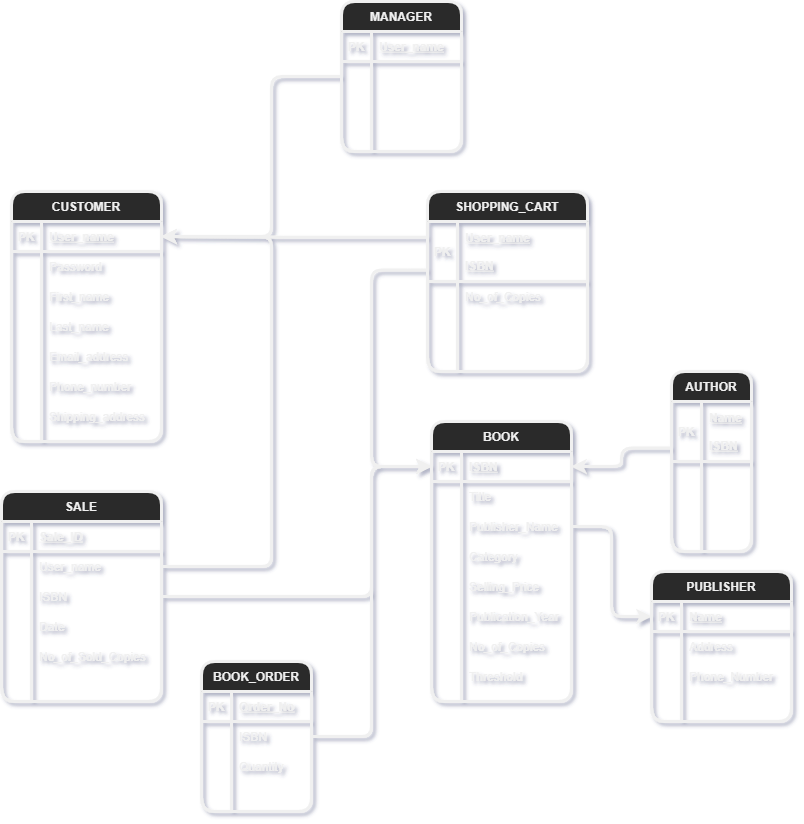
Earlier version of the draw.io export Schema Diagram.png (MarwanAshrafGouda/BookOrderProcessingSystem). Source tidied: cells renumbered, new cells last; positions are measured from the earlier drawing's top-left corner, leaving out a move shared by most shapes.
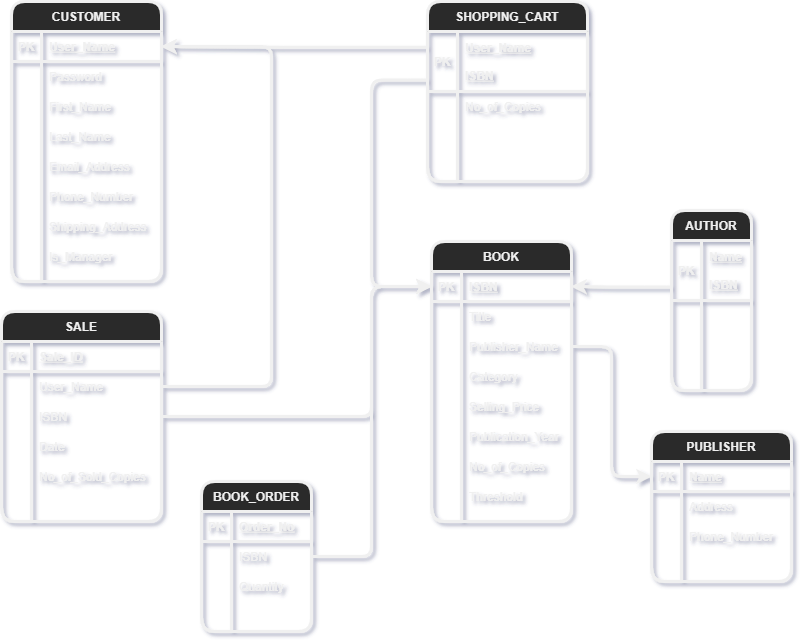
After the commit.

What changed in the source:
```diff
@@ -116,47 +116,8 @@
     <mxCell id="39" style="shape=partialRectangle;fillColor=none;top=0;left=0;bottom=0;right=0;align=left;spacingLeft=6;overflow=hidden;rounded=1;strokeWidth=3;" parent="37" vertex="1">
       <mxGeometry x="30" width="80" height="30" as="geometry" />
     </mxCell>
-    <mxCell id="40" value="MANAGER" style="shape=table;startSize=30;rowLines=0;fontStyle=1;align=center;rounded=1;strokeWidth=3;" parent="1" vertex="1">
-      <mxGeometry x="340" width="120" height="150" as="geometry" />
-    </mxCell>
-    <mxCell id="41" style="shape=partialRectangle;fillColor=none;top=0;left=0;bottom=1;right=0;rounded=1;strokeWidth=3;" parent="40" vertex="1">
-      <mxGeometry y="30" width="120" height="30" as="geometry" />
-    </mxCell>
-    <mxCell id="42" value="PK" style="shape=partialRectangle;fillColor=none;top=0;left=0;bottom=0;right=0;fontStyle=1;overflow=hidden;rounded=1;strokeWidth=3;" parent="41" vertex="1">
-      <mxGeometry width="30" height="30" as="geometry" />
-    </mxCell>
-    <mxCell id="43" value="User_name" style="shape=partialRectangle;fillColor=none;top=0;left=0;bottom=0;right=0;align=left;spacingLeft=6;fontStyle=5;overflow=hidden;rounded=1;strokeWidth=3;" parent="41" vertex="1">
-      <mxGeometry x="30" width="90" height="30" as="geometry" />
-    </mxCell>
-    <mxCell id="44" style="shape=partialRectangle;fillColor=none;top=0;left=0;bottom=0;right=0;points=[[0,0.5],[1,0.5]];portConstraint=eastwest;rounded=1;strokeWidth=3;" parent="40" vertex="1">
-      <mxGeometry y="60" width="120" height="30" as="geometry" />
-    </mxCell>
-    <mxCell id="45" style="shape=partialRectangle;fillColor=none;top=0;left=0;bottom=0;right=0;overflow=hidden;rounded=1;strokeWidth=3;" parent="44" vertex="1">
-      <mxGeometry width="30" height="30" as="geometry" />
-    </mxCell>
-    <mxCell id="46" style="shape=partialRectangle;fillColor=none;top=0;left=0;bottom=0;right=0;align=left;spacingLeft=6;overflow=hidden;rounded=1;strokeWidth=3;" parent="44" vertex="1">
-      <mxGeometry x="30" width="90" height="30" as="geometry" />
-    </mxCell>
-    <mxCell id="47" style="shape=partialRectangle;fillColor=none;top=0;left=0;bottom=0;right=0;rounded=1;strokeWidth=3;" parent="40" vertex="1">
-      <mxGeometry y="90" width="120" height="30" as="geometry" />
-    </mxCell>
-    <mxCell id="48" style="shape=partialRectangle;fillColor=none;top=0;left=0;bottom=0;right=0;overflow=hidden;rounded=1;strokeWidth=3;" parent="47" vertex="1">
-      <mxGeometry width="30" height="30" as="geometry" />
-    </mxCell>
-    <mxCell id="49" style="shape=partialRectangle;fillColor=none;top=0;left=0;bottom=0;right=0;align=left;spacingLeft=6;overflow=hidden;rounded=1;strokeWidth=3;" parent="47" vertex="1">
-      <mxGeometry x="30" width="90" height="30" as="geometry" />
-    </mxCell>
-    <mxCell id="50" style="shape=partialRectangle;fillColor=none;top=0;left=0;bottom=0;right=0;rounded=1;strokeWidth=3;" parent="40" vertex="1">
-      <mxGeometry y="120" width="120" height="30" as="geometry" />
-    </mxCell>
-    <mxCell id="51" style="shape=partialRectangle;fillColor=none;top=0;left=0;bottom=0;right=0;overflow=hidden;rounded=1;strokeWidth=3;" parent="50" vertex="1">
-      <mxGeometry width="30" height="30" as="geometry" />
-    </mxCell>
-    <mxCell id="52" style="shape=partialRectangle;fillColor=none;top=0;left=0;bottom=0;right=0;align=left;spacingLeft=6;overflow=hidden;rounded=1;strokeWidth=3;" parent="50" vertex="1">
-      <mxGeometry x="30" width="90" height="30" as="geometry" />
-    </mxCell>
     <mxCell id="53" value="PUBLISHER" style="shape=table;startSize=30;rowLines=0;fontStyle=1;align=center;rounded=1;strokeWidth=3;" parent="1" vertex="1">
-      <mxGeometry x="650" y="570" width="140" height="150" as="geometry" />
+      <mxGeometry x="650" y="610" width="140" height="150" as="geometry" />
     </mxCell>
     <mxCell id="54" style="shape=partialRectangle;fillColor=none;top=0;left=0;bottom=1;right=0;points=[[0,0.5],[1,0.5]];portConstraint=eastwest;rounded=1;strokeWidth=3;" parent="53" vertex="1">
       <mxGeometry y="30" width="140" height="30" as="geometry" />
@@ -212,7 +173,7 @@
     <mxCell id="71" style="shape=partialRectangle;fillColor=none;top=0;left=0;bottom=0;right=0;overflow=hidden;rounded=1;strokeWidth=3;" parent="70" vertex="1">
       <mxGeometry width="30" height="30" as="geometry" />
     </mxCell>
-    <mxCell id="72" value="User_name" style="shape=partialRectangle;fillColor=none;top=0;left=0;bottom=0;right=0;align=left;spacingLeft=6;overflow=hidden;rounded=1;strokeWidth=3;" parent="70" vertex="1">
+    <mxCell id="72" value="User_Name" style="shape=partialRectangle;fillColor=none;top=0;left=0;bottom=0;right=0;align=left;spacingLeft=6;overflow=hidden;rounded=1;strokeWidth=3;" parent="70" vertex="1">
       <mxGeometry x="30" width="130" height="30" as="geometry" />
     </mxCell>
     <mxCell id="73" style="shape=partialRectangle;fillColor=none;top=0;left=0;bottom=0;right=0;rounded=1;strokeWidth=3;" parent="66" vertex="1">
@@ -252,7 +213,7 @@
       <mxGeometry x="30" width="130" height="30" as="geometry" />
     </mxCell>
     <mxCell id="85" value="CUSTOMER" style="shape=table;startSize=30;rowLines=0;fontStyle=1;align=center;rounded=1;strokeWidth=3;" parent="1" vertex="1">
-      <mxGeometry x="10" y="190" width="150" height="250" as="geometry" />
+      <mxGeometry x="10" y="180" width="150" height="280" as="geometry" />
     </mxCell>
     <mxCell id="86" style="shape=partialRectangle;fillColor=none;top=0;left=0;bottom=1;right=0;points=[[0,0.5],[1,0.5]];portConstraint=eastwest;rounded=1;strokeWidth=3;" parent="85" vertex="1">
       <mxGeometry y="30" width="150" height="30" as="geometry" />
@@ -260,7 +221,7 @@
     <mxCell id="87" value="PK" style="shape=partialRectangle;fillColor=none;top=0;left=0;bottom=0;right=0;fontStyle=1;overflow=hidden;rounded=1;strokeWidth=3;" parent="86" vertex="1">
       <mxGeometry width="30" height="30" as="geometry" />
     </mxCell>
-    <mxCell id="88" value="User_name" style="shape=partialRectangle;fillColor=none;top=0;left=0;bottom=0;right=0;align=left;spacingLeft=6;fontStyle=5;overflow=hidden;rounded=1;strokeWidth=3;" parent="86" vertex="1">
+    <mxCell id="88" value="User_Name" style="shape=partialRectangle;fillColor=none;top=0;left=0;bottom=0;right=0;align=left;spacingLeft=6;fontStyle=5;overflow=hidden;rounded=1;strokeWidth=3;" parent="86" vertex="1">
       <mxGeometry x="30" width="120" height="30" as="geometry" />
     </mxCell>
     <mxCell id="89" style="shape=partialRectangle;fillColor=none;top=0;left=0;bottom=0;right=0;rounded=1;strokeWidth=3;" parent="85" vertex="1">
@@ -278,7 +239,7 @@
     <mxCell id="93" style="shape=partialRectangle;fillColor=none;top=0;left=0;bottom=0;right=0;overflow=hidden;rounded=1;strokeWidth=3;" parent="92" vertex="1">
       <mxGeometry width="30" height="30" as="geometry" />
     </mxCell>
-    <mxCell id="94" value="First_name" style="shape=partialRectangle;fillColor=none;top=0;left=0;bottom=0;right=0;align=left;spacingLeft=6;overflow=hidden;rounded=1;strokeWidth=3;" parent="92" vertex="1">
+    <mxCell id="94" value="First_Name" style="shape=partialRectangle;fillColor=none;top=0;left=0;bottom=0;right=0;align=left;spacingLeft=6;overflow=hidden;rounded=1;strokeWidth=3;" parent="92" vertex="1">
       <mxGeometry x="30" width="120" height="30" as="geometry" />
     </mxCell>
     <mxCell id="95" style="shape=partialRectangle;fillColor=none;top=0;left=0;bottom=0;right=0;rounded=1;strokeWidth=3;" parent="85" vertex="1">
@@ -287,7 +248,7 @@
     <mxCell id="96" style="shape=partialRectangle;fillColor=none;top=0;left=0;bottom=0;right=0;overflow=hidden;rounded=1;strokeWidth=3;" parent="95" vertex="1">
       <mxGeometry width="30" height="30" as="geometry" />
     </mxCell>
-    <mxCell id="97" value="Last_name" style="shape=partialRectangle;fillColor=none;top=0;left=0;bottom=0;right=0;align=left;spacingLeft=6;overflow=hidden;rounded=1;strokeWidth=3;" parent="95" vertex="1">
+    <mxCell id="97" value="Last_Name" style="shape=partialRectangle;fillColor=none;top=0;left=0;bottom=0;right=0;align=left;spacingLeft=6;overflow=hidden;rounded=1;strokeWidth=3;" parent="95" vertex="1">
       <mxGeometry x="30" width="120" height="30" as="geometry" />
     </mxCell>
     <mxCell id="98" style="shape=partialRectangle;fillColor=none;top=0;left=0;bottom=0;right=0;rounded=1;strokeWidth=3;" parent="85" vertex="1">
@@ -296,7 +257,7 @@
     <mxCell id="99" style="shape=partialRectangle;fillColor=none;top=0;left=0;bottom=0;right=0;overflow=hidden;rounded=1;strokeWidth=3;" parent="98" vertex="1">
       <mxGeometry width="30" height="30" as="geometry" />
     </mxCell>
-    <mxCell id="100" value="Email_address" style="shape=partialRectangle;fillColor=none;top=0;left=0;bottom=0;right=0;align=left;spacingLeft=6;overflow=hidden;rounded=1;strokeWidth=3;" parent="98" vertex="1">
+    <mxCell id="100" value="Email_Address" style="shape=partialRectangle;fillColor=none;top=0;left=0;bottom=0;right=0;align=left;spacingLeft=6;overflow=hidden;rounded=1;strokeWidth=3;" parent="98" vertex="1">
       <mxGeometry x="30" width="120" height="30" as="geometry" />
     </mxCell>
     <mxCell id="101" style="shape=partialRectangle;fillColor=none;top=0;left=0;bottom=0;right=0;rounded=1;strokeWidth=3;" parent="85" vertex="1">
@@ -305,7 +266,7 @@
     <mxCell id="102" style="shape=partialRectangle;fillColor=none;top=0;left=0;bottom=0;right=0;overflow=hidden;rounded=1;strokeWidth=3;" parent="101" vertex="1">
       <mxGeometry width="30" height="30" as="geometry" />
     </mxCell>
-    <mxCell id="103" value="Phone_number" style="shape=partialRectangle;fillColor=none;top=0;left=0;bottom=0;right=0;align=left;spacingLeft=6;overflow=hidden;rounded=1;strokeWidth=3;" parent="101" vertex="1">
+    <mxCell id="103" value="Phone_Number" style="shape=partialRectangle;fillColor=none;top=0;left=0;bottom=0;right=0;align=left;spacingLeft=6;overflow=hidden;rounded=1;strokeWidth=3;" parent="101" vertex="1">
       <mxGeometry x="30" width="120" height="30" as="geometry" />
     </mxCell>
     <mxCell id="104" style="shape=partialRectangle;fillColor=none;top=0;left=0;bottom=0;right=0;rounded=1;strokeWidth=3;" parent="85" vertex="1">
@@ -314,9 +275,18 @@
     <mxCell id="105" style="shape=partialRectangle;fillColor=none;top=0;left=0;bottom=0;right=0;overflow=hidden;rounded=1;strokeWidth=3;" parent="104" vertex="1">
       <mxGeometry width="30" height="30" as="geometry" />
     </mxCell>
-    <mxCell id="106" value="Shipping_address" style="shape=partialRectangle;fillColor=none;top=0;left=0;bottom=0;right=0;align=left;spacingLeft=6;overflow=hidden;rounded=1;strokeWidth=3;" parent="104" vertex="1">
+    <mxCell id="106" value="Shipping_Address" style="shape=partialRectangle;fillColor=none;top=0;left=0;bottom=0;right=0;align=left;spacingLeft=6;overflow=hidden;rounded=1;strokeWidth=3;" parent="104" vertex="1">
       <mxGeometry x="30" width="120" height="30" as="geometry" />
     </mxCell>
+    <mxCell id="141" style="shape=partialRectangle;fillColor=none;top=0;left=0;bottom=0;right=0;rounded=1;strokeWidth=3;" parent="85" vertex="1">
+      <mxGeometry y="240" width="150" height="30" as="geometry" />
+    </mxCell>
+    <mxCell id="142" style="shape=partialRectangle;fillColor=none;top=0;left=0;bottom=0;right=0;overflow=hidden;rounded=1;strokeWidth=3;" parent="141" vertex="1">
+      <mxGeometry width="30" height="30" as="geometry" />
+    </mxCell>
+    <mxCell id="143" value="Is_Manager" style="shape=partialRectangle;fillColor=none;top=0;left=0;bottom=0;right=0;align=left;spacingLeft=6;overflow=hidden;rounded=1;strokeWidth=3;" parent="141" vertex="1">
+      <mxGeometry x="30" width="120" height="30" as="geometry" />
+    </mxCell>
     <mxCell id="107" style="edgeStyle=orthogonalEdgeStyle;jettySize=auto;html=1;entryX=1;entryY=0.5;entryDx=0;entryDy=0;strokeWidth=3;exitX=0.002;exitY=0.776;exitDx=0;exitDy=0;exitPerimeter=0;" parent="1" edge="1" source="129" target="3">
       <mxGeometry relative="1" as="geometry" />
     </mxCell>
@@ -331,14 +301,6 @@
         </Array>
       </mxGeometry>
     </mxCell>
-    <mxCell id="110" style="edgeStyle=orthogonalEdgeStyle;jettySize=auto;html=1;exitX=0;exitY=0.5;exitDx=0;exitDy=0;strokeWidth=3;entryX=1;entryY=0.5;entryDx=0;entryDy=0;" parent="1" edge="1" source="44" target="86">
-      <mxGeometry relative="1" as="geometry">
-        <Array as="points">
-          <mxPoint x="270" y="75" />
-          <mxPoint x="270" y="235" />
-        </Array>
-      </mxGeometry>
-    </mxCell>
     <mxCell id="111" style="edgeStyle=orthogonalEdgeStyle;jettySize=auto;html=1;exitX=1;exitY=0.5;exitDx=0;exitDy=0;entryX=0;entryY=0.5;entryDx=0;entryDy=0;strokeWidth=3;" parent="1" edge="1" source="66" target="3">
       <mxGeometry relative="1" as="geometry">
         <Array as="points">
@@ -351,7 +313,7 @@
       <mxGeometry relative="1" as="geometry" />
     </mxCell>
     <mxCell id="113" value="SHOPPING_CART" style="shape=table;startSize=30;rowLines=0;fontStyle=1;align=center;rounded=1;strokeWidth=3;" parent="1" vertex="1">
-      <mxGeometry x="426" y="190" width="160" height="180" as="geometry" />
+      <mxGeometry x="426" y="180" width="160" height="180" as="geometry" />
     </mxCell>
     <mxCell id="114" style="shape=partialRectangle;fillColor=none;top=0;left=0;bottom=1;right=0;points=[[0,0.5],[1,0.5]];portConstraint=eastwest;rounded=1;strokeWidth=3;" parent="113" vertex="1">
       <mxGeometry y="30" width="160" height="60" as="geometry" />
@@ -359,7 +321,7 @@
     <mxCell id="115" value="PK" style="shape=partialRectangle;fillColor=none;top=0;left=0;bottom=0;right=0;fontStyle=1;overflow=hidden;rounded=1;strokeWidth=3;" parent="114" vertex="1">
       <mxGeometry width="30" height="60" as="geometry" />
     </mxCell>
-    <mxCell id="116" value="User_name&#10;&#10;ISBN" style="shape=partialRectangle;fillColor=none;top=0;left=0;bottom=0;right=0;align=left;spacingLeft=6;fontStyle=5;overflow=hidden;rounded=1;strokeWidth=3;" parent="114" vertex="1">
+    <mxCell id="116" value="User_Name&#10;&#10;ISBN" style="shape=partialRectangle;fillColor=none;top=0;left=0;bottom=0;right=0;align=left;spacingLeft=6;fontStyle=5;overflow=hidden;rounded=1;strokeWidth=3;" parent="114" vertex="1">
       <mxGeometry x="30" width="130" height="60" as="geometry" />
     </mxCell>
     <mxCell id="117" style="shape=partialRectangle;fillColor=none;top=0;left=0;bottom=0;right=0;rounded=1;strokeWidth=3;" parent="113" vertex="1">
@@ -392,7 +354,7 @@
     <mxCell id="126" style="edgeStyle=orthogonalEdgeStyle;jettySize=auto;html=1;strokeWidth=3;entryX=0;entryY=0.5;entryDx=0;entryDy=0;exitX=0.004;exitY=0.807;exitDx=0;exitDy=0;exitPerimeter=0;" parent="1" edge="1" source="114" target="3">
       <mxGeometry relative="1" as="geometry">
         <Array as="points">
-          <mxPoint x="370" y="268" />
+          <mxPoint x="370" y="258" />
           <mxPoint x="370" y="465" />
         </Array>
       </mxGeometry>
@@ -401,12 +363,12 @@
       <mxGeometry relative="1" as="geometry">
         <Array as="points">
           <mxPoint x="270" y="565" />
-          <mxPoint x="270" y="235" />
+          <mxPoint x="270" y="225" />
         </Array>
       </mxGeometry>
     </mxCell>
     <mxCell id="128" value="AUTHOR" style="shape=table;startSize=30;rowLines=0;fontStyle=1;align=center;rounded=1;strokeWidth=3;" parent="1" vertex="1">
-      <mxGeometry x="670" y="370" width="80" height="180" as="geometry" />
+      <mxGeometry x="670" y="389" width="80" height="180" as="geometry" />
     </mxCell>
     <mxCell id="129" style="shape=partialRectangle;fillColor=none;top=0;left=0;bottom=1;right=0;points=[[0,0.5],[1,0.5]];portConstraint=eastwest;rounded=1;strokeWidth=3;" parent="128" vertex="1">
       <mxGeometry y="30" width="80" height="60" as="geometry" />
```
